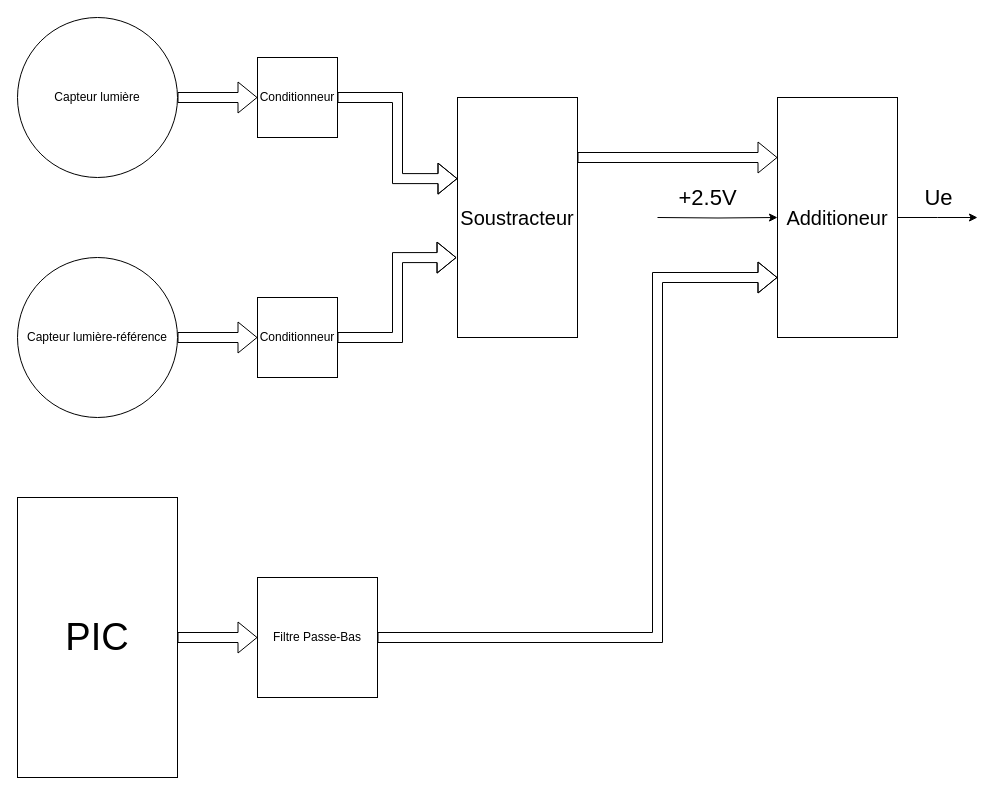
Before: page "Schéma-bloc principal" (1 of 3) of schema_bloque_tpi_carte_electronique_didactique_pittetl02.drawio in PittetL02/tpi_carte_electronique_didactique_pittetl02, a draw.io diagram. Source tidied: cells renumbered, new cells numbered last; positions are measured from the earlier drawing's top-left corner, leaving out a move shared by most shapes. Both pictures are drawn from the tidied source at 100%, with x=0, y=0 at pixel (17, 17).
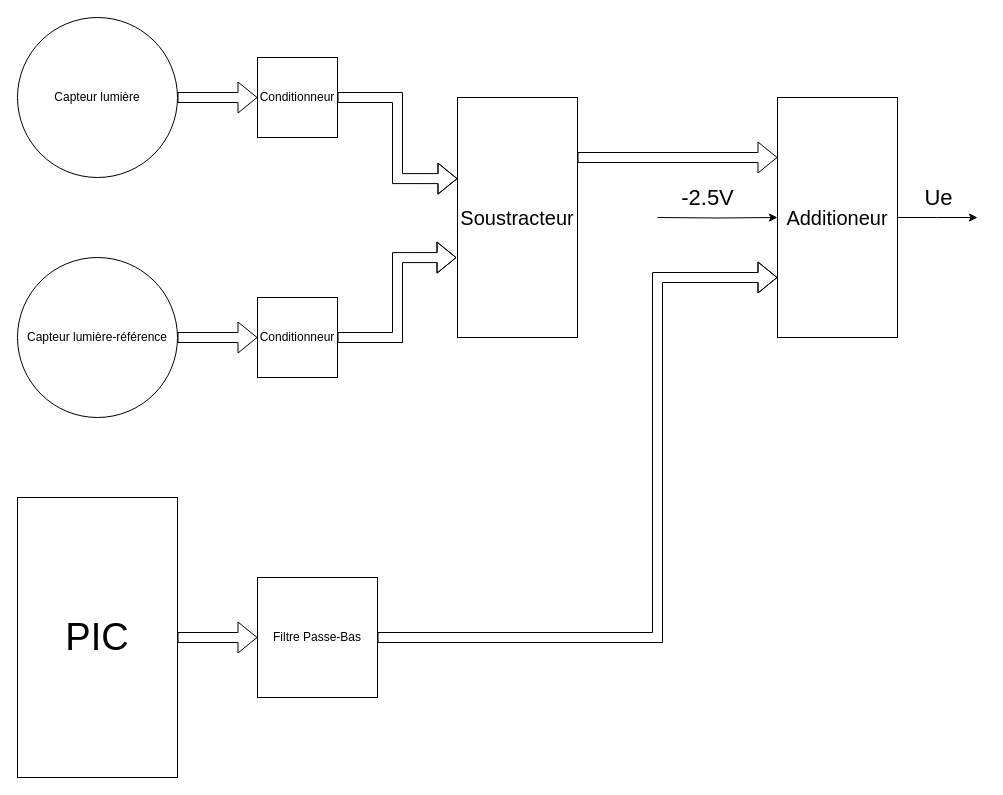
The same diagram, later.

Unchanged cells that the change refers to:
```xml
<mxCell id="11" style="edgeStyle=orthogonalEdgeStyle;rounded=0;jettySize=auto;html=1;entryX=0;entryY=0.5;entryDx=0;entryDy=0;" parent="1" edge="1" target="16">
  <mxGeometry relative="1" as="geometry">
    <mxPoint x="640" y="200" as="sourcePoint" />
  </mxGeometry>
</mxCell>
```

What changed in the source:
```diff
@@
-    <mxCell id="12" value="&lt;font style=&quot;font-size: 22px;&quot;&gt;+2.5V&lt;/font&gt;" style="edgeLabel;html=1;align=center;verticalAlign=middle;" parent="11" vertex="1">
+    <mxCell id="12" value="&lt;font style=&quot;font-size: 22px;&quot;&gt;-2.5V&lt;/font&gt;" style="edgeLabel;html=1;align=center;verticalAlign=middle;" parent="11" vertex="1">
       <mxGeometry x="-0.45" y="-1" relative="1" as="geometry">
         <mxPoint x="17" y="-21" as="offset" />
       </mxGeometry>
     </mxCell>
```
